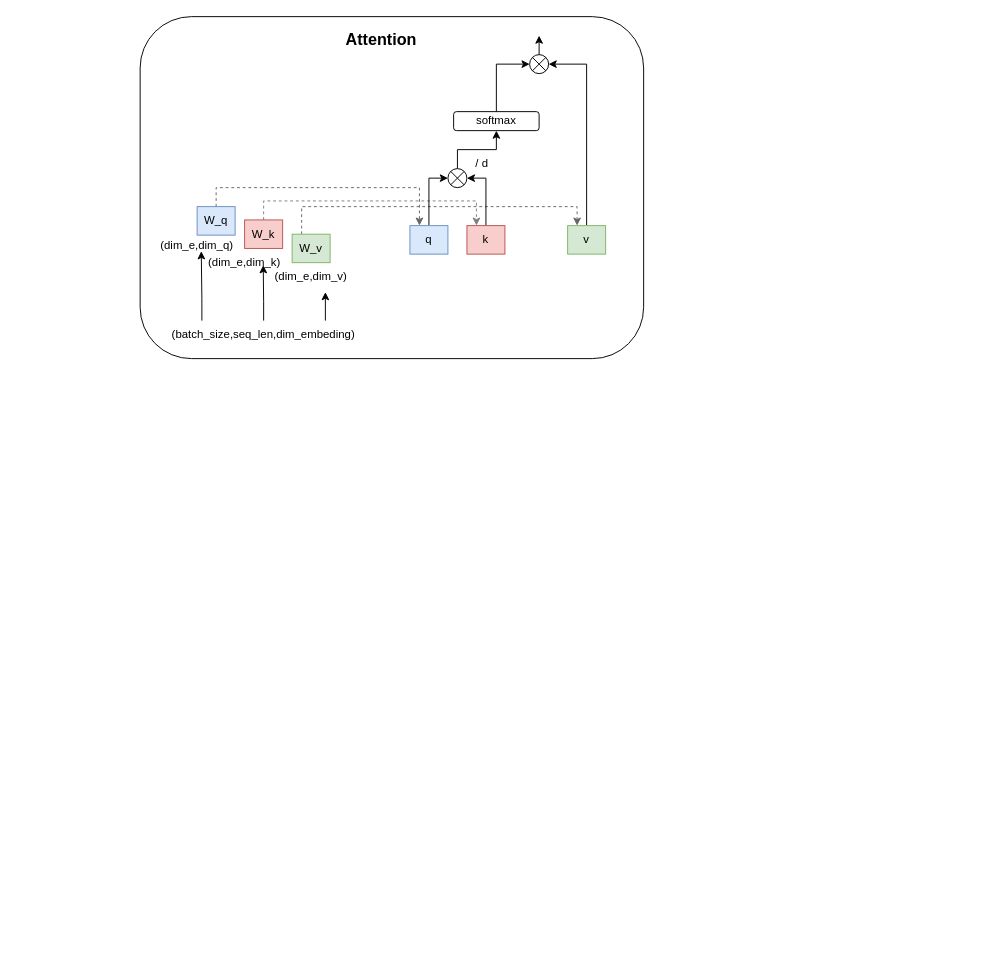
Earlier version of the draw.io diagram assets/MHA.drawio (ShizhongP/dl-notes). Source tidied: cells renumbered, new cells numbered last; positions are measured from the earlier drawing's top-left corner, leaving out a move shared by most shapes. Both pictures are drawn from the tidied source at 95%, with x=0, y=0 at pixel (130, 16).
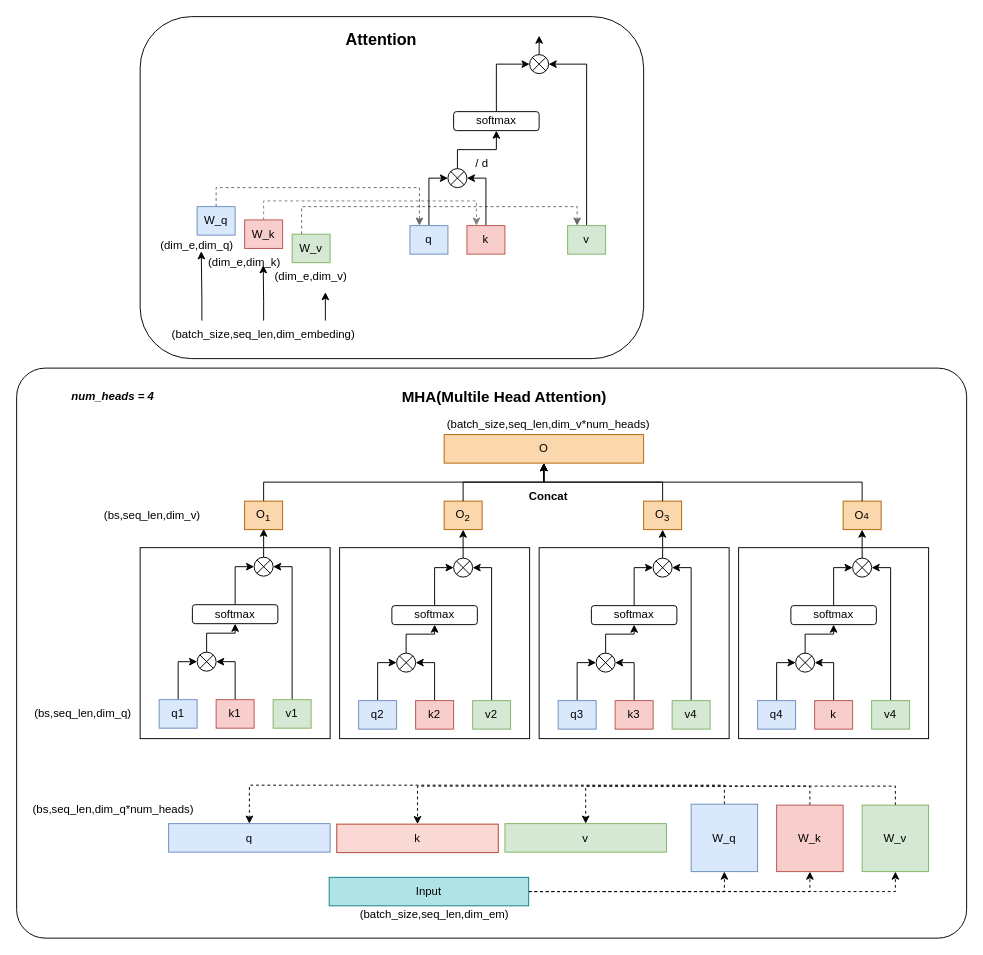
The same page after the edit.

Diff of the diagram source:
```diff
@@
+    <mxCell id="30" style="rounded=1;whiteSpace=wrap;html=1;arcSize=5;" parent="1" vertex="1">
+      <mxGeometry x="-120" y="370" width="1000" height="600" as="geometry" />
+    </mxCell>
+    <mxCell id="31" style="rounded=0;whiteSpace=wrap;html=1;" parent="1" vertex="1">
+      <mxGeometry x="10" y="559" width="200" height="201" as="geometry" />
+    </mxCell>
@@
+    <mxCell id="32" style="edgeStyle=orthogonalEdgeStyle;rounded=0;jettySize=auto;html=1;exitX=0.5;exitY=0;exitDx=0;exitDy=0;entryX=0.5;entryY=0;entryDx=0;entryDy=0;dashed=1;" parent="1" edge="1" source="33" target="112">
+      <mxGeometry relative="1" as="geometry" />
+    </mxCell>
+    <mxCell id="33" value="W_q" style="rounded=0;whiteSpace=wrap;html=1;fillColor=#dae8fc;strokeColor=#6c8ebf;" parent="1" vertex="1">
+      <mxGeometry x="590" y="829" width="70" height="71" as="geometry" />
+    </mxCell>
+    <mxCell id="34" style="edgeStyle=orthogonalEdgeStyle;rounded=0;jettySize=auto;html=1;exitX=0.5;exitY=0;exitDx=0;exitDy=0;entryX=0.5;entryY=0;entryDx=0;entryDy=0;dashed=1;" parent="1" edge="1" source="35" target="113">
+      <mxGeometry relative="1" as="geometry" />
+    </mxCell>
+    <mxCell id="35" value="W_k" style="rounded=0;whiteSpace=wrap;html=1;fillColor=#f8cecc;strokeColor=#b85450;" parent="1" vertex="1">
+      <mxGeometry x="680" y="830" width="70" height="70" as="geometry" />
+    </mxCell>
+    <mxCell id="36" style="edgeStyle=orthogonalEdgeStyle;rounded=0;jettySize=auto;html=1;exitX=0.5;exitY=0;exitDx=0;exitDy=0;entryX=0.5;entryY=0;entryDx=0;entryDy=0;dashed=1;" parent="1" edge="1" source="37" target="114">
+      <mxGeometry relative="1" as="geometry" />
+    </mxCell>
+    <mxCell id="37" value="W_v" style="rounded=0;whiteSpace=wrap;html=1;fillColor=#d5e8d4;strokeColor=#82b366;" parent="1" vertex="1">
+      <mxGeometry x="770" y="830" width="70" height="70" as="geometry" />
+    </mxCell>
+    <mxCell id="38" style="edgeStyle=orthogonalEdgeStyle;rounded=0;jettySize=auto;html=1;exitX=0.5;exitY=0;exitDx=0;exitDy=0;entryX=0;entryY=0.5;entryDx=0;entryDy=0;" parent="1" edge="1" source="39" target="46">
+      <mxGeometry relative="1" as="geometry" />
+    </mxCell>
+    <mxCell id="39" value="q1" style="rounded=0;whiteSpace=wrap;html=1;fillColor=#dae8fc;strokeColor=#6c8ebf;" parent="1" vertex="1">
+      <mxGeometry x="30" y="719" width="40" height="30" as="geometry" />
+    </mxCell>
+    <mxCell id="40" style="edgeStyle=orthogonalEdgeStyle;rounded=0;jettySize=auto;html=1;exitX=0.5;exitY=0;exitDx=0;exitDy=0;entryX=1;entryY=0.5;entryDx=0;entryDy=0;" parent="1" edge="1" source="41" target="46">
+      <mxGeometry relative="1" as="geometry" />
+    </mxCell>
+    <mxCell id="41" value="k1" style="rounded=0;whiteSpace=wrap;html=1;fillColor=#f8cecc;strokeColor=#b85450;" parent="1" vertex="1">
+      <mxGeometry x="90" y="719" width="40" height="30" as="geometry" />
+    </mxCell>
+    <mxCell id="42" style="edgeStyle=orthogonalEdgeStyle;rounded=0;jettySize=auto;html=1;exitX=0.5;exitY=0;exitDx=0;exitDy=0;entryX=1;entryY=0.5;entryDx=0;entryDy=0;" parent="1" edge="1" source="43" target="50">
+      <mxGeometry relative="1" as="geometry" />
+    </mxCell>
+    <mxCell id="43" value="v1" style="rounded=0;whiteSpace=wrap;html=1;fillColor=#d5e8d4;strokeColor=#82b366;" parent="1" vertex="1">
+      <mxGeometry x="150" y="719" width="40" height="30" as="geometry" />
+    </mxCell>
+    <mxCell id="44" value="(batch_size,seq_len,dim_em)" style="text;html=1;align=center;verticalAlign=middle;whiteSpace=wrap;rounded=0;" parent="1" vertex="1">
+      <mxGeometry x="290" y="930" width="60" height="30" as="geometry" />
+    </mxCell>
+    <mxCell id="45" style="edgeStyle=orthogonalEdgeStyle;rounded=0;jettySize=auto;html=1;exitX=0.5;exitY=0;exitDx=0;exitDy=0;" parent="1" edge="1" source="46" target="48">
+      <mxGeometry relative="1" as="geometry" />
+    </mxCell>
+    <mxCell id="46" style="shape=sumEllipse;perimeter=ellipsePerimeter;whiteSpace=wrap;html=1;backgroundOutline=1;" parent="1" vertex="1">
+      <mxGeometry x="70" y="669" width="20" height="20" as="geometry" />
+    </mxCell>
+    <mxCell id="47" style="edgeStyle=orthogonalEdgeStyle;rounded=0;jettySize=auto;html=1;exitX=0.5;exitY=0;exitDx=0;exitDy=0;entryX=0;entryY=0.5;entryDx=0;entryDy=0;" parent="1" edge="1" source="48" target="50">
+      <mxGeometry relative="1" as="geometry" />
+    </mxCell>
+    <mxCell id="48" value="softmax" style="rounded=1;whiteSpace=wrap;html=1;" parent="1" vertex="1">
+      <mxGeometry x="65" y="619" width="90" height="20" as="geometry" />
+    </mxCell>
+    <mxCell id="49" style="edgeStyle=orthogonalEdgeStyle;rounded=0;jettySize=auto;html=1;exitX=0.5;exitY=0;exitDx=0;exitDy=0;" parent="1" edge="1" source="50">
+      <mxGeometry relative="1" as="geometry">
+        <mxPoint x="140" y="539" as="targetPoint" />
+      </mxGeometry>
+    </mxCell>
+    <mxCell id="50" style="shape=sumEllipse;perimeter=ellipsePerimeter;whiteSpace=wrap;html=1;backgroundOutline=1;" parent="1" vertex="1">
+      <mxGeometry x="130" y="569" width="20" height="20" as="geometry" />
+    </mxCell>
+    <mxCell id="51" style="edgeStyle=orthogonalEdgeStyle;rounded=0;jettySize=auto;html=1;exitX=0.5;exitY=0;exitDx=0;exitDy=0;entryX=0.5;entryY=1;entryDx=0;entryDy=0;" parent="1" edge="1" source="52" target="83">
+      <mxGeometry relative="1" as="geometry" />
+    </mxCell>
+    <mxCell id="52" value="O&lt;sub&gt;1&lt;/sub&gt;" style="rounded=0;whiteSpace=wrap;html=1;fillColor=#fad7ac;strokeColor=#b46504;" parent="1" vertex="1">
+      <mxGeometry x="120" y="510" width="40" height="30" as="geometry" />
+    </mxCell>
+    <mxCell id="53" style="group;" parent="1" vertex="1">
+      <mxGeometry x="220" y="510" width="200" height="300" as="geometry" />
+    </mxCell>
+    <mxCell id="54" style="rounded=0;whiteSpace=wrap;html=1;" parent="53" vertex="1">
+      <mxGeometry y="49" width="200" height="201" as="geometry" />
+    </mxCell>
+    <mxCell id="55" style="edgeStyle=orthogonalEdgeStyle;rounded=0;jettySize=auto;html=1;exitX=0.5;exitY=0;exitDx=0;exitDy=0;entryX=0;entryY=0.5;entryDx=0;entryDy=0;" parent="53" edge="1" source="56" target="62">
+      <mxGeometry relative="1" as="geometry" />
+    </mxCell>
+    <mxCell id="56" value="q2" style="rounded=0;whiteSpace=wrap;html=1;fillColor=#dae8fc;strokeColor=#6c8ebf;" parent="53" vertex="1">
+      <mxGeometry x="20" y="210" width="40" height="30" as="geometry" />
+    </mxCell>
+    <mxCell id="57" style="edgeStyle=orthogonalEdgeStyle;rounded=0;jettySize=auto;html=1;exitX=0.5;exitY=0;exitDx=0;exitDy=0;entryX=1;entryY=0.5;entryDx=0;entryDy=0;" parent="53" edge="1" source="58" target="62">
+      <mxGeometry relative="1" as="geometry" />
+    </mxCell>
+    <mxCell id="58" value="k2" style="rounded=0;whiteSpace=wrap;html=1;fillColor=#f8cecc;strokeColor=#b85450;" parent="53" vertex="1">
+      <mxGeometry x="80" y="210" width="40" height="30" as="geometry" />
+    </mxCell>
+    <mxCell id="59" style="edgeStyle=orthogonalEdgeStyle;rounded=0;jettySize=auto;html=1;exitX=0.5;exitY=0;exitDx=0;exitDy=0;entryX=1;entryY=0.5;entryDx=0;entryDy=0;" parent="53" edge="1" source="60" target="66">
+      <mxGeometry relative="1" as="geometry" />
+    </mxCell>
+    <mxCell id="60" value="v2" style="rounded=0;whiteSpace=wrap;html=1;fillColor=#d5e8d4;strokeColor=#82b366;" parent="53" vertex="1">
+      <mxGeometry x="140" y="210" width="40" height="30" as="geometry" />
+    </mxCell>
+    <mxCell id="61" style="edgeStyle=orthogonalEdgeStyle;rounded=0;jettySize=auto;html=1;exitX=0.5;exitY=0;exitDx=0;exitDy=0;" parent="53" edge="1" source="62" target="64">
+      <mxGeometry relative="1" as="geometry" />
+    </mxCell>
+    <mxCell id="62" style="shape=sumEllipse;perimeter=ellipsePerimeter;whiteSpace=wrap;html=1;backgroundOutline=1;" parent="53" vertex="1">
+      <mxGeometry x="60" y="160" width="20" height="20" as="geometry" />
+    </mxCell>
+    <mxCell id="63" style="edgeStyle=orthogonalEdgeStyle;rounded=0;jettySize=auto;html=1;exitX=0.5;exitY=0;exitDx=0;exitDy=0;entryX=0;entryY=0.5;entryDx=0;entryDy=0;" parent="53" edge="1" source="64" target="66">
+      <mxGeometry relative="1" as="geometry" />
+    </mxCell>
+    <mxCell id="64" value="softmax" style="rounded=1;whiteSpace=wrap;html=1;" parent="53" vertex="1">
+      <mxGeometry x="55" y="110" width="90" height="20" as="geometry" />
+    </mxCell>
+    <mxCell id="65" style="edgeStyle=orthogonalEdgeStyle;rounded=0;jettySize=auto;html=1;exitX=0.5;exitY=0;exitDx=0;exitDy=0;" parent="53" edge="1" source="66">
+      <mxGeometry relative="1" as="geometry">
+        <mxPoint x="130" y="30" as="targetPoint" />
+      </mxGeometry>
+    </mxCell>
+    <mxCell id="66" style="shape=sumEllipse;perimeter=ellipsePerimeter;whiteSpace=wrap;html=1;backgroundOutline=1;" parent="53" vertex="1">
+      <mxGeometry x="120" y="60" width="20" height="20" as="geometry" />
+    </mxCell>
+    <mxCell id="67" value="O&lt;sub&gt;2&lt;/sub&gt;" style="rounded=0;whiteSpace=wrap;html=1;fillColor=#fad7ac;strokeColor=#b46504;" parent="53" vertex="1">
+      <mxGeometry x="110" width="40" height="30" as="geometry" />
+    </mxCell>
+    <mxCell id="68" style="group;" parent="1" vertex="1">
+      <mxGeometry x="430" y="510" width="200" height="300" as="geometry" />
+    </mxCell>
+    <mxCell id="69" style="rounded=0;whiteSpace=wrap;html=1;" parent="68" vertex="1">
+      <mxGeometry y="49" width="200" height="201" as="geometry" />
+    </mxCell>
+    <mxCell id="70" style="edgeStyle=orthogonalEdgeStyle;rounded=0;jettySize=auto;html=1;exitX=0.5;exitY=0;exitDx=0;exitDy=0;entryX=0;entryY=0.5;entryDx=0;entryDy=0;" parent="68" edge="1" source="71" target="77">
+      <mxGeometry relative="1" as="geometry" />
+    </mxCell>
+    <mxCell id="71" value="q3" style="rounded=0;whiteSpace=wrap;html=1;fillColor=#dae8fc;strokeColor=#6c8ebf;" parent="68" vertex="1">
+      <mxGeometry x="20" y="210" width="40" height="30" as="geometry" />
+    </mxCell>
+    <mxCell id="72" style="edgeStyle=orthogonalEdgeStyle;rounded=0;jettySize=auto;html=1;exitX=0.5;exitY=0;exitDx=0;exitDy=0;entryX=1;entryY=0.5;entryDx=0;entryDy=0;" parent="68" edge="1" source="73" target="77">
+      <mxGeometry relative="1" as="geometry" />
+    </mxCell>
+    <mxCell id="73" value="k3" style="rounded=0;whiteSpace=wrap;html=1;fillColor=#f8cecc;strokeColor=#b85450;" parent="68" vertex="1">
+      <mxGeometry x="80" y="210" width="40" height="30" as="geometry" />
+    </mxCell>
+    <mxCell id="74" style="edgeStyle=orthogonalEdgeStyle;rounded=0;jettySize=auto;html=1;exitX=0.5;exitY=0;exitDx=0;exitDy=0;entryX=1;entryY=0.5;entryDx=0;entryDy=0;" parent="68" edge="1" source="75" target="81">
+      <mxGeometry relative="1" as="geometry" />
+    </mxCell>
+    <mxCell id="75" value="v4" style="rounded=0;whiteSpace=wrap;html=1;fillColor=#d5e8d4;strokeColor=#82b366;" parent="68" vertex="1">
+      <mxGeometry x="140" y="210" width="40" height="30" as="geometry" />
+    </mxCell>
+    <mxCell id="76" style="edgeStyle=orthogonalEdgeStyle;rounded=0;jettySize=auto;html=1;exitX=0.5;exitY=0;exitDx=0;exitDy=0;" parent="68" edge="1" source="77" target="79">
+      <mxGeometry relative="1" as="geometry" />
+    </mxCell>
+    <mxCell id="77" style="shape=sumEllipse;perimeter=ellipsePerimeter;whiteSpace=wrap;html=1;backgroundOutline=1;" parent="68" vertex="1">
+      <mxGeometry x="60" y="160" width="20" height="20" as="geometry" />
+    </mxCell>
+    <mxCell id="78" style="edgeStyle=orthogonalEdgeStyle;rounded=0;jettySize=auto;html=1;exitX=0.5;exitY=0;exitDx=0;exitDy=0;entryX=0;entryY=0.5;entryDx=0;entryDy=0;" parent="68" edge="1" source="79" target="81">
+      <mxGeometry relative="1" as="geometry" />
+    </mxCell>
+    <mxCell id="79" value="softmax" style="rounded=1;whiteSpace=wrap;html=1;" parent="68" vertex="1">
+      <mxGeometry x="55" y="110" width="90" height="20" as="geometry" />
+    </mxCell>
+    <mxCell id="80" style="edgeStyle=orthogonalEdgeStyle;rounded=0;jettySize=auto;html=1;exitX=0.5;exitY=0;exitDx=0;exitDy=0;" parent="68" edge="1" source="81">
+      <mxGeometry relative="1" as="geometry">
+        <mxPoint x="130" y="30" as="targetPoint" />
+      </mxGeometry>
+    </mxCell>
+    <mxCell id="81" style="shape=sumEllipse;perimeter=ellipsePerimeter;whiteSpace=wrap;html=1;backgroundOutline=1;" parent="68" vertex="1">
+      <mxGeometry x="120" y="60" width="20" height="20" as="geometry" />
+    </mxCell>
+    <mxCell id="82" value="O&lt;sub&gt;3&lt;/sub&gt;" style="rounded=0;whiteSpace=wrap;html=1;fillColor=#fad7ac;strokeColor=#b46504;" parent="68" vertex="1">
+      <mxGeometry x="110" width="40" height="30" as="geometry" />
+    </mxCell>
+    <mxCell id="83" value="O" style="rounded=0;whiteSpace=wrap;html=1;fillColor=#fad7ac;strokeColor=#b46504;" parent="1" vertex="1">
+      <mxGeometry x="330" y="440" width="210" height="30" as="geometry" />
+    </mxCell>
+    <mxCell id="84" style="group;" parent="1" vertex="1">
+      <mxGeometry x="640" y="510" width="200" height="300" as="geometry" />
+    </mxCell>
+    <mxCell id="85" style="rounded=0;whiteSpace=wrap;html=1;" parent="84" vertex="1">
+      <mxGeometry y="49" width="200" height="201" as="geometry" />
+    </mxCell>
+    <mxCell id="86" style="edgeStyle=orthogonalEdgeStyle;rounded=0;jettySize=auto;html=1;exitX=0.5;exitY=0;exitDx=0;exitDy=0;entryX=0;entryY=0.5;entryDx=0;entryDy=0;" parent="84" edge="1" source="87" target="93">
+      <mxGeometry relative="1" as="geometry" />
+    </mxCell>
+    <mxCell id="87" value="q4" style="rounded=0;whiteSpace=wrap;html=1;fillColor=#dae8fc;strokeColor=#6c8ebf;" parent="84" vertex="1">
+      <mxGeometry x="20" y="210" width="40" height="30" as="geometry" />
+    </mxCell>
+    <mxCell id="88" style="edgeStyle=orthogonalEdgeStyle;rounded=0;jettySize=auto;html=1;exitX=0.5;exitY=0;exitDx=0;exitDy=0;entryX=1;entryY=0.5;entryDx=0;entryDy=0;" parent="84" edge="1" source="89" target="93">
+      <mxGeometry relative="1" as="geometry" />
+    </mxCell>
+    <mxCell id="89" value="k" style="rounded=0;whiteSpace=wrap;html=1;fillColor=#f8cecc;strokeColor=#b85450;" parent="84" vertex="1">
+      <mxGeometry x="80" y="210" width="40" height="30" as="geometry" />
+    </mxCell>
+    <mxCell id="90" style="edgeStyle=orthogonalEdgeStyle;rounded=0;jettySize=auto;html=1;exitX=0.5;exitY=0;exitDx=0;exitDy=0;entryX=1;entryY=0.5;entryDx=0;entryDy=0;" parent="84" edge="1" source="91" target="97">
+      <mxGeometry relative="1" as="geometry" />
+    </mxCell>
+    <mxCell id="91" value="v4" style="rounded=0;whiteSpace=wrap;html=1;fillColor=#d5e8d4;strokeColor=#82b366;" parent="84" vertex="1">
+      <mxGeometry x="140" y="210" width="40" height="30" as="geometry" />
+    </mxCell>
+    <mxCell id="92" style="edgeStyle=orthogonalEdgeStyle;rounded=0;jettySize=auto;html=1;exitX=0.5;exitY=0;exitDx=0;exitDy=0;" parent="84" edge="1" source="93" target="95">
+      <mxGeometry relative="1" as="geometry" />
+    </mxCell>
+    <mxCell id="93" style="shape=sumEllipse;perimeter=ellipsePerimeter;whiteSpace=wrap;html=1;backgroundOutline=1;" parent="84" vertex="1">
+      <mxGeometry x="60" y="160" width="20" height="20" as="geometry" />
+    </mxCell>
+    <mxCell id="94" style="edgeStyle=orthogonalEdgeStyle;rounded=0;jettySize=auto;html=1;exitX=0.5;exitY=0;exitDx=0;exitDy=0;entryX=0;entryY=0.5;entryDx=0;entryDy=0;" parent="84" edge="1" source="95" target="97">
+      <mxGeometry relative="1" as="geometry" />
+    </mxCell>
+    <mxCell id="95" value="softmax" style="rounded=1;whiteSpace=wrap;html=1;" parent="84" vertex="1">
+      <mxGeometry x="55" y="110" width="90" height="20" as="geometry" />
+    </mxCell>
+    <mxCell id="96" style="edgeStyle=orthogonalEdgeStyle;rounded=0;jettySize=auto;html=1;exitX=0.5;exitY=0;exitDx=0;exitDy=0;" parent="84" edge="1" source="97">
+      <mxGeometry relative="1" as="geometry">
+        <mxPoint x="130" y="30" as="targetPoint" />
+      </mxGeometry>
+    </mxCell>
+    <mxCell id="97" style="shape=sumEllipse;perimeter=ellipsePerimeter;whiteSpace=wrap;html=1;backgroundOutline=1;" parent="84" vertex="1">
+      <mxGeometry x="120" y="60" width="20" height="20" as="geometry" />
+    </mxCell>
+    <mxCell id="98" value="O&lt;span style=&quot;font-size: 10px;&quot;&gt;4&lt;/span&gt;" style="rounded=0;whiteSpace=wrap;html=1;fillColor=#fad7ac;strokeColor=#b46504;" parent="84" vertex="1">
+      <mxGeometry x="110" width="40" height="30" as="geometry" />
+    </mxCell>
+    <mxCell id="99" style="edgeStyle=orthogonalEdgeStyle;rounded=0;jettySize=auto;html=1;exitX=1;exitY=0.5;exitDx=0;exitDy=0;entryX=0.5;entryY=1;entryDx=0;entryDy=0;dashed=1;" parent="1" edge="1" source="102" target="35">
+      <mxGeometry relative="1" as="geometry" />
+    </mxCell>
+    <mxCell id="100" style="edgeStyle=orthogonalEdgeStyle;rounded=0;jettySize=auto;html=1;exitX=1;exitY=0.5;exitDx=0;exitDy=0;dashed=1;" parent="1" edge="1" source="102" target="37">
+      <mxGeometry relative="1" as="geometry" />
+    </mxCell>
+    <mxCell id="101" style="edgeStyle=orthogonalEdgeStyle;rounded=0;jettySize=auto;html=1;exitX=1;exitY=0.5;exitDx=0;exitDy=0;dashed=1;" parent="1" edge="1" source="102" target="33">
+      <mxGeometry relative="1" as="geometry" />
+    </mxCell>
+    <mxCell id="102" value="Input" style="rounded=0;whiteSpace=wrap;html=1;fillColor=#b0e3e6;strokeColor=#0e8088;" parent="1" vertex="1">
+      <mxGeometry x="209" y="906" width="210" height="30" as="geometry" />
+    </mxCell>
+    <mxCell id="103" value="&lt;div&gt;&lt;b&gt;&lt;i&gt;num_heads = 4&lt;/i&gt;&lt;/b&gt;&lt;/div&gt;" style="text;html=1;align=center;verticalAlign=middle;whiteSpace=wrap;rounded=0;" parent="1" vertex="1">
+      <mxGeometry x="-101.2" y="385" width="165" height="30" as="geometry" />
+    </mxCell>
+    <mxCell id="104" value="(bs,seq_len,dim_q)" style="text;html=1;align=center;verticalAlign=middle;whiteSpace=wrap;rounded=0;" parent="1" vertex="1">
+      <mxGeometry x="-80" y="719" width="60" height="30" as="geometry" />
+    </mxCell>
+    <mxCell id="105" value="(bs,seq_len,dim_v)" style="text;html=1;align=center;verticalAlign=middle;whiteSpace=wrap;rounded=0;" parent="1" vertex="1">
+      <mxGeometry x="-37.5" y="510" width="120" height="30" as="geometry" />
+    </mxCell>
+    <mxCell id="106" value="(batch_size,seq_len,dim_v*num_heads)" style="text;html=1;align=center;verticalAlign=middle;whiteSpace=wrap;rounded=0;" parent="1" vertex="1">
+      <mxGeometry x="410" y="415" width="60" height="30" as="geometry" />
+    </mxCell>
+    <mxCell id="107" value="&lt;b&gt;&lt;font style=&quot;font-size: 16px;&quot;&gt;MHA(Multile Head Attention)&lt;/font&gt;&lt;/b&gt;" style="text;html=1;align=center;verticalAlign=middle;whiteSpace=wrap;rounded=0;" parent="1" vertex="1">
+      <mxGeometry x="267" y="385" width="253" height="30" as="geometry" />
+    </mxCell>
+    <mxCell id="108" style="edgeStyle=orthogonalEdgeStyle;rounded=0;jettySize=auto;html=1;exitX=0.5;exitY=0;exitDx=0;exitDy=0;entryX=0.5;entryY=1;entryDx=0;entryDy=0;" parent="1" edge="1" source="67" target="83">
+      <mxGeometry relative="1" as="geometry" />
+    </mxCell>
+    <mxCell id="109" style="edgeStyle=orthogonalEdgeStyle;rounded=0;jettySize=auto;html=1;" parent="1" edge="1" source="82" target="83">
+      <mxGeometry relative="1" as="geometry" />
+    </mxCell>
+    <mxCell id="110" style="edgeStyle=orthogonalEdgeStyle;rounded=0;jettySize=auto;html=1;exitX=0.5;exitY=0;exitDx=0;exitDy=0;entryX=0.5;entryY=1;entryDx=0;entryDy=0;" parent="1" edge="1" source="98" target="83">
+      <mxGeometry relative="1" as="geometry" />
+    </mxCell>
+    <mxCell id="111" value="Concat" style="text;html=1;align=center;verticalAlign=middle;whiteSpace=wrap;rounded=0;fontStyle=1;" parent="1" vertex="1">
+      <mxGeometry x="410" y="490" width="60" height="30" as="geometry" />
+    </mxCell>
+    <mxCell id="112" value="q" style="rounded=0;whiteSpace=wrap;html=1;fillColor=#dae8fc;strokeColor=#6c8ebf;" parent="1" vertex="1">
+      <mxGeometry x="40" y="849.5" width="170" height="30" as="geometry" />
+    </mxCell>
+    <mxCell id="113" value="k" style="rounded=0;whiteSpace=wrap;html=1;fillColor=#fad9d5;strokeColor=#ae4132;" parent="1" vertex="1">
+      <mxGeometry x="217" y="850" width="170" height="30" as="geometry" />
+    </mxCell>
+    <mxCell id="114" value="v" style="rounded=0;whiteSpace=wrap;html=1;fillColor=#d5e8d4;strokeColor=#82b366;" parent="1" vertex="1">
+      <mxGeometry x="394" y="849.5" width="170" height="30" as="geometry" />
+    </mxCell>
+    <mxCell id="115" value="(bs,seq_len,dim_q*num_heads)" style="text;html=1;align=center;verticalAlign=middle;whiteSpace=wrap;rounded=0;" parent="1" vertex="1">
+      <mxGeometry x="-87.5" y="820" width="137.5" height="30" as="geometry" />
+    </mxCell>
```
